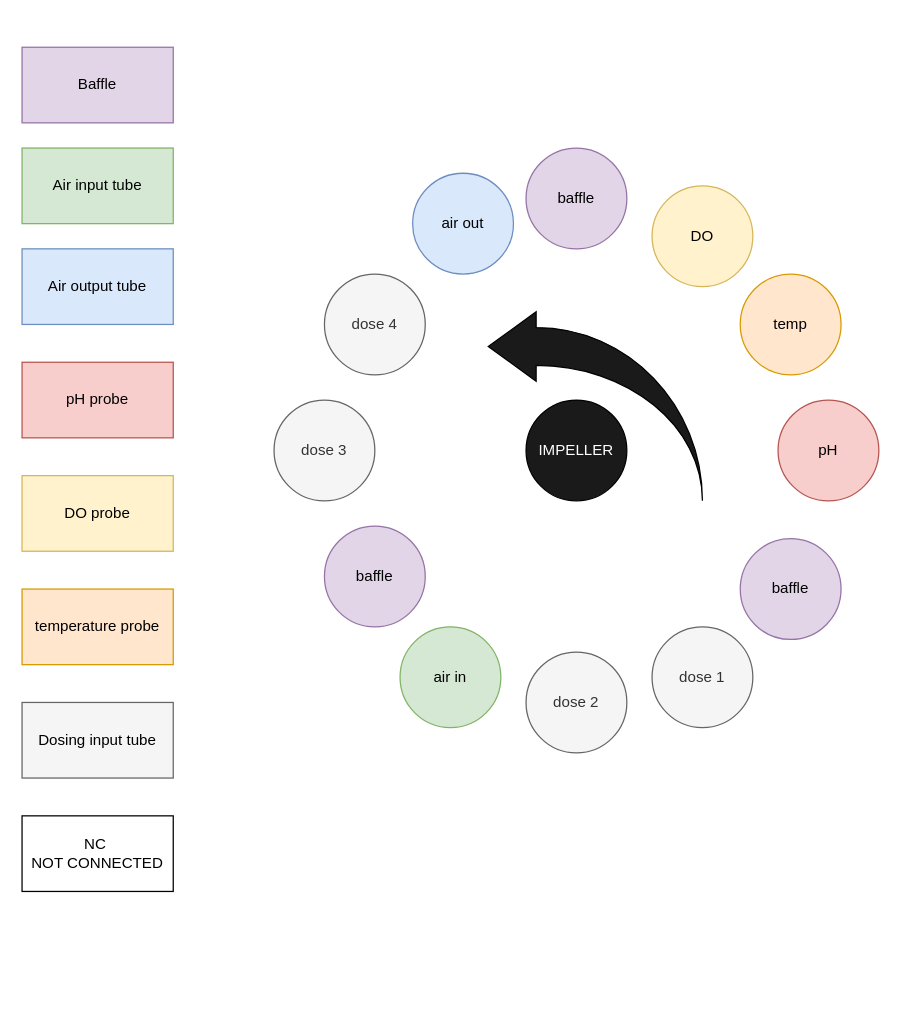
uwo-fast/open-source-bioreactor keeps this draw.io diagram as docs/ports_layout.drawio. Above is the earlier version. Source tidied: cells renumbered, new cells numbered last; positions are measured from the earlier drawing's top-left corner, leaving out a move shared by most shapes. Both pictures are drawn from the tidied source at 126%, with x=0, y=0 at pixel (21, 47).
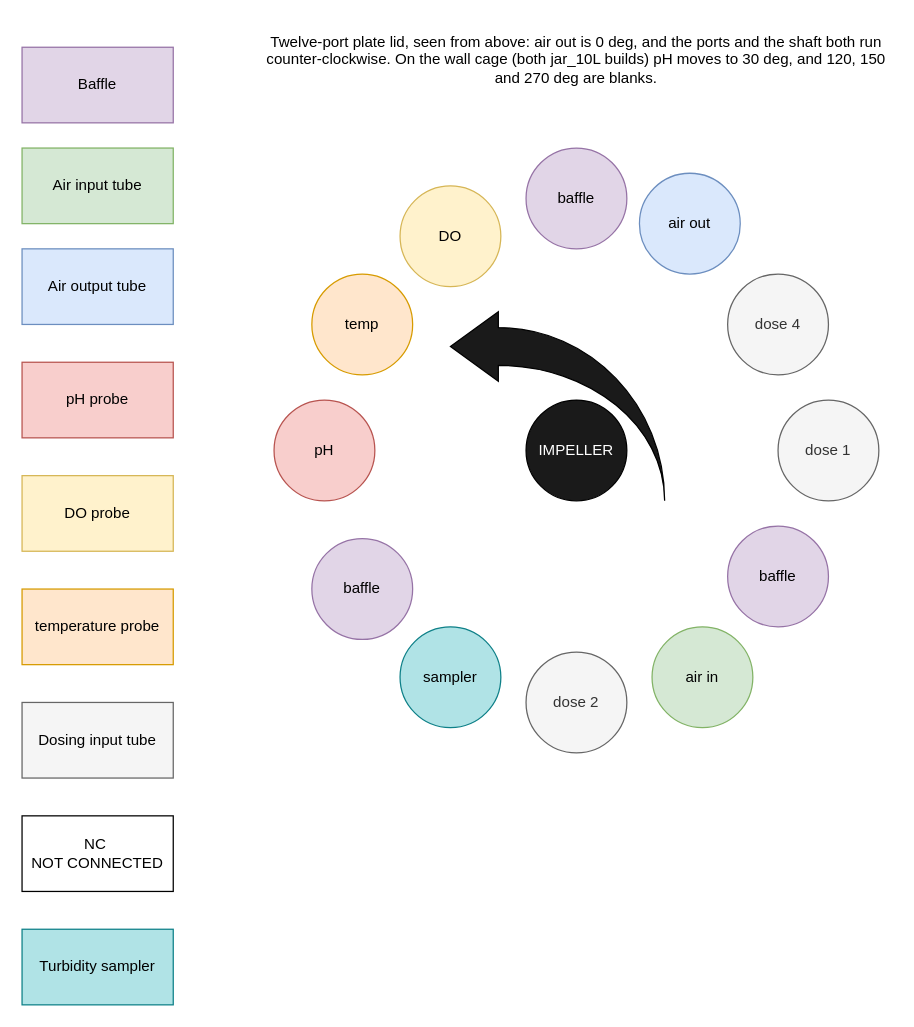
After the change.

Commit message (it also covers changes not shown here):
docs: bring the port drawing and the print lists up to the current lid (#144)

What changed in the source:
```diff
@@
-    <mxCell id="5" value="dose 3" style="ellipse;whiteSpace=wrap;html=1;fillColor=#f5f5f5;fontColor=#333333;strokeColor=#666666;" parent="1" vertex="1">
-      <mxGeometry x="200" y="280" width="80" height="80" as="geometry" />
+    <mxCell id="5" value="dose 1" style="ellipse;whiteSpace=wrap;html=1;fillColor=#f5f5f5;fontColor=#333333;strokeColor=#666666;" parent="1" vertex="1">
+      <mxGeometry x="600" y="280" width="80" height="80" as="geometry" />
     </mxCell>
     <mxCell id="6" value="pH" style="ellipse;whiteSpace=wrap;html=1;fillColor=#f8cecc;strokeColor=#b85450;" parent="1" vertex="1">
-      <mxGeometry x="600" y="280" width="80" height="80" as="geometry" />
+      <mxGeometry x="200" y="280" width="80" height="80" as="geometry" />
     </mxCell>
     <mxCell id="7" value="&lt;span style=&quot;color: rgb(0, 0, 0);&quot;&gt;baffle&lt;/span&gt;" style="ellipse;whiteSpace=wrap;html=1;fillColor=#e1d5e7;strokeColor=#9673a6;" parent="1" vertex="1">
-      <mxGeometry x="570" y="390" width="80" height="80" as="geometry" />
+      <mxGeometry x="230" y="390" width="80" height="80" as="geometry" />
     </mxCell>
-    <mxCell id="8" value="dose 1" style="ellipse;whiteSpace=wrap;html=1;fillColor=#f5f5f5;fontColor=#333333;strokeColor=#666666;" parent="1" vertex="1">
-      <mxGeometry x="500" y="460" width="80" height="80" as="geometry" />
+    <mxCell id="8" value="sampler" style="ellipse;whiteSpace=wrap;html=1;fillColor=#b0e3e6;strokeColor=#0e8088;" parent="1" vertex="1">
+      <mxGeometry x="300" y="460" width="80" height="80" as="geometry" />
     </mxCell>
     <mxCell id="9" value="temp" style="ellipse;whiteSpace=wrap;html=1;fillColor=#ffe6cc;strokeColor=#d79b00;" parent="1" vertex="1">
-      <mxGeometry x="570" y="180" width="80" height="80" as="geometry" />
+      <mxGeometry x="230" y="180" width="80" height="80" as="geometry" />
     </mxCell>
     <mxCell id="10" value="DO" style="ellipse;whiteSpace=wrap;html=1;fillColor=#fff2cc;strokeColor=#d6b656;" parent="1" vertex="1">
-      <mxGeometry x="500" y="110" width="80" height="80" as="geometry" />
+      <mxGeometry x="300" y="110" width="80" height="80" as="geometry" />
     </mxCell>
     <mxCell id="11" value="&lt;span style=&quot;color: rgb(0, 0, 0);&quot;&gt;air out&lt;/span&gt;" style="ellipse;whiteSpace=wrap;html=1;fillColor=#dae8fc;strokeColor=#6c8ebf;" parent="1" vertex="1">
-      <mxGeometry x="310" y="100" width="80" height="80" as="geometry" />
+      <mxGeometry x="490" y="100" width="80" height="80" as="geometry" />
     </mxCell>
     <mxCell id="12" value="dose 4" style="ellipse;whiteSpace=wrap;html=1;fillColor=#f5f5f5;fontColor=#333333;strokeColor=#666666;" parent="1" vertex="1">
-      <mxGeometry x="240" y="180" width="80" height="80" as="geometry" />
+      <mxGeometry x="560" y="180" width="80" height="80" as="geometry" />
     </mxCell>
     <mxCell id="13" value="&lt;span style=&quot;color: rgb(0, 0, 0);&quot;&gt;baffle&lt;/span&gt;" style="ellipse;whiteSpace=wrap;html=1;fillColor=#e1d5e7;strokeColor=#9673a6;" parent="1" vertex="1">
-      <mxGeometry x="240" y="380" width="80" height="80" as="geometry" />
+      <mxGeometry x="560" y="380" width="80" height="80" as="geometry" />
     </mxCell>
     <mxCell id="14" value="&lt;span style=&quot;color: rgb(0, 0, 0);&quot;&gt;air in&lt;/span&gt;" style="ellipse;whiteSpace=wrap;html=1;fillColor=#d5e8d4;strokeColor=#82b366;" parent="1" vertex="1">
-      <mxGeometry x="300" y="460" width="80" height="80" as="geometry" />
+      <mxGeometry x="500" y="460" width="80" height="80" as="geometry" />
     </mxCell>
@@
+    <mxCell id="24" value="Turbidity sampler" style="rounded=0;whiteSpace=wrap;html=1;fillColor=#b0e3e6;strokeColor=#0e8088;" parent="1" vertex="1">
+      <mxGeometry y="700" width="120" height="60" as="geometry" />
+    </mxCell>
+    <mxCell id="25" value="Twelve-port plate lid, seen from above: air out is 0 deg, and the ports and the shaft both run counter-clockwise. On the wall cage (both jar_10L builds) pH moves to 30 deg, and 120, 150 and 270 deg are blanks." style="text;html=1;whiteSpace=wrap;align=center;verticalAlign=middle;" parent="1" vertex="1">
+      <mxGeometry x="190" y="-20" width="500" height="60" as="geometry" />
+    </mxCell>
     <mxCell id="23" style="html=1;shadow=0;dashed=0;align=center;verticalAlign=middle;shape=mxgraph.arrows2.jumpInArrow;dy=15;dx=38;arrowHead=55;flipH=1;fillColor=#1A1A1A;" parent="1" vertex="1">
-      <mxGeometry x="370" y="210" width="170" height="150" as="geometry" />
+      <mxGeometry x="340" y="210" width="170" height="150" as="geometry" />
     </mxCell>
```
